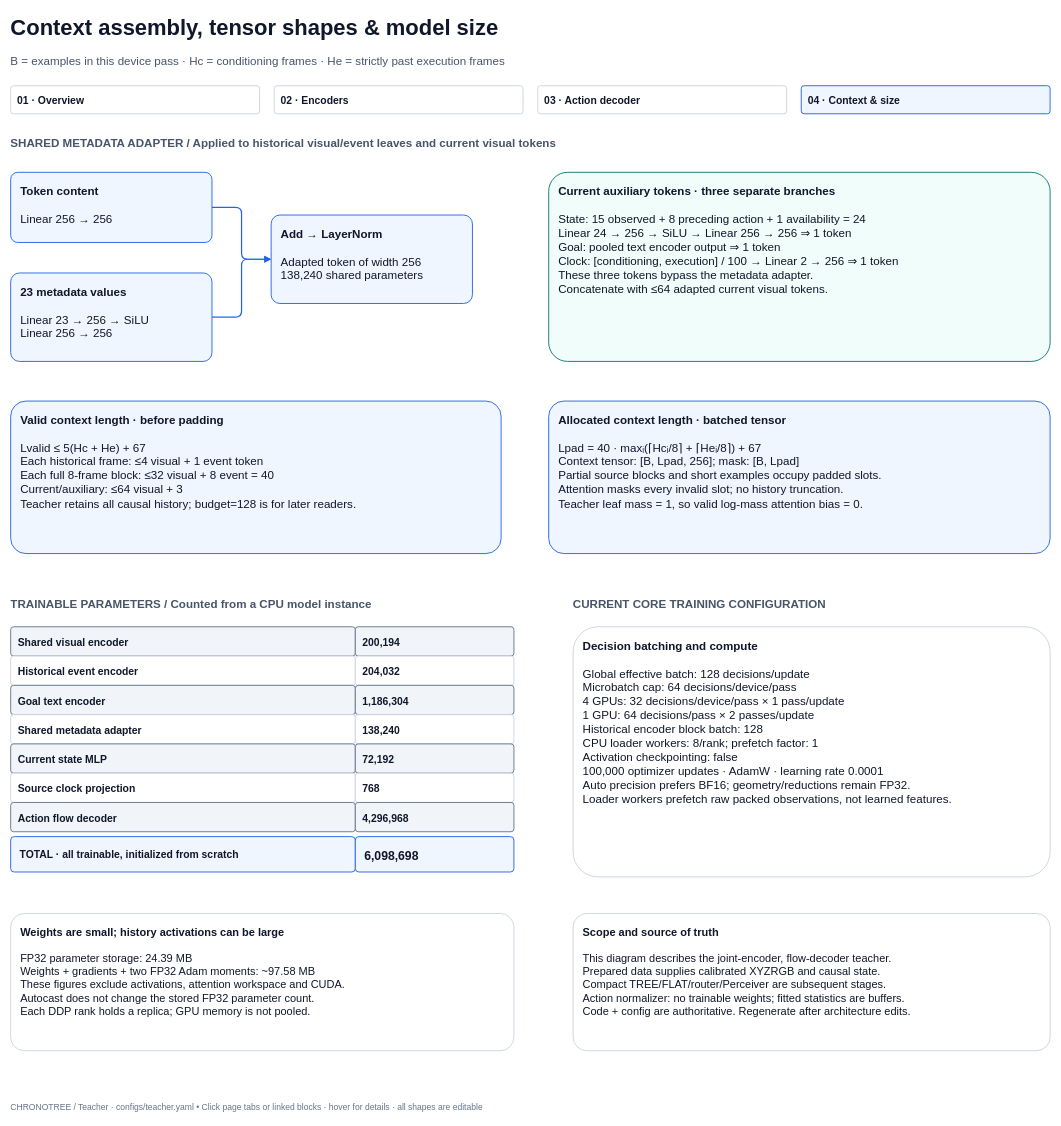
Earlier version of the draw.io diagram page "04 · Context & size" (4 of 4) of docs/diagrams/teacher_architecture.drawio (Ricvalp/chronotree). Source tidied: cells renumbered, new cells numbered last; positions are measured from the earlier drawing's top-left corner, leaving out a move shared by most shapes. Both pictures are drawn from the tidied source at 61%, with x=0, y=0 at pixel (10, 10).
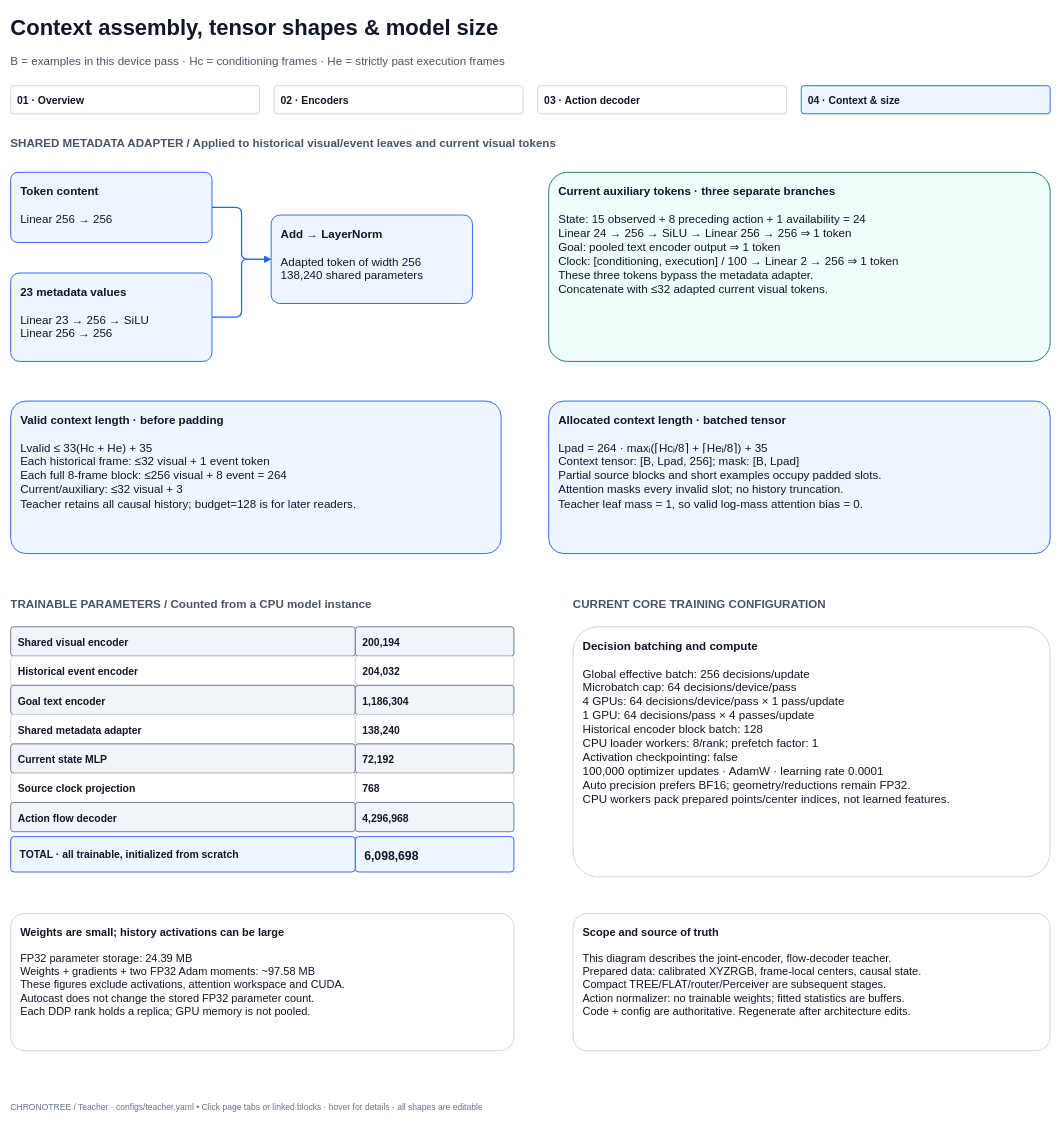
The same diagram, later.

Change to the diagram source:
```diff
@@
-    <mxCell id="14" value="&lt;b&gt;Current auxiliary tokens · three separate branches&lt;/b&gt;&lt;br&gt;&lt;br&gt;State: 15 observed + 8 preceding action + 1 availability = 24&lt;br&gt;Linear 24 → 256 → SiLU → Linear 256 → 256  ⇒  1 token&lt;br&gt;Goal: pooled text encoder output  ⇒  1 token&lt;br&gt;Clock: [conditioning, execution] / 100 → Linear 2 → 256  ⇒  1 token&lt;br&gt;These three tokens bypass the metadata adapter.&lt;br&gt;Concatenate with ≤64 adapted current visual tokens." style="rounded=1;arcSize=10;whiteSpace=wrap;html=1;fillColor=#F0FDFA;strokeColor=#0F766E;strokeWidth=1.5;align=left;verticalAlign=top;spacing=16;fontFamily=Arial;fontSize=19;fontColor=#0F172A;shadow=0;" parent="1" vertex="1">
+    <mxCell id="14" value="&lt;b&gt;Current auxiliary tokens · three separate branches&lt;/b&gt;&lt;br&gt;&lt;br&gt;State: 15 observed + 8 preceding action + 1 availability = 24&lt;br&gt;Linear 24 → 256 → SiLU → Linear 256 → 256  ⇒  1 token&lt;br&gt;Goal: pooled text encoder output  ⇒  1 token&lt;br&gt;Clock: [conditioning, execution] / 100 → Linear 2 → 256  ⇒  1 token&lt;br&gt;These three tokens bypass the metadata adapter.&lt;br&gt;Concatenate with ≤32 adapted current visual tokens." style="rounded=1;arcSize=10;whiteSpace=wrap;html=1;fillColor=#F0FDFA;strokeColor=#0F766E;strokeWidth=1.5;align=left;verticalAlign=top;spacing=16;fontFamily=Arial;fontSize=19;fontColor=#0F172A;shadow=0;" parent="1" vertex="1">
       <mxGeometry x="882" y="265" width="822" height="310" as="geometry" />
     </mxCell>
@@
-    <mxCell id="17" value="&lt;b&gt;Valid context length · before padding&lt;/b&gt;&lt;br&gt;&lt;br&gt;Lvalid ≤ 5(Hc + He) + 67&lt;br&gt;Each historical frame: ≤4 visual + 1 event token&lt;br&gt;Each full 8-frame block: ≤32 visual + 8 event = 40&lt;br&gt;Current/auxiliary: ≤64 visual + 3&lt;br&gt;Teacher retains all causal history; budget=128 is for later readers." style="rounded=1;arcSize=10;whiteSpace=wrap;html=1;fillColor=#EFF6FF;strokeColor=#2563EB;strokeWidth=1.5;align=left;verticalAlign=top;spacing=16;fontFamily=Arial;fontSize=19;fontColor=#0F172A;shadow=0;" parent="1" vertex="1">
+    <mxCell id="17" value="&lt;b&gt;Valid context length · before padding&lt;/b&gt;&lt;br&gt;&lt;br&gt;Lvalid ≤ 33(Hc + He) + 35&lt;br&gt;Each historical frame: ≤32 visual + 1 event token&lt;br&gt;Each full 8-frame block: ≤256 visual + 8 event = 264&lt;br&gt;Current/auxiliary: ≤32 visual + 3&lt;br&gt;Teacher retains all causal history; budget=128 is for later readers." style="rounded=1;arcSize=10;whiteSpace=wrap;html=1;fillColor=#EFF6FF;strokeColor=#2563EB;strokeWidth=1.5;align=left;verticalAlign=top;spacing=16;fontFamily=Arial;fontSize=19;fontColor=#0F172A;shadow=0;" parent="1" vertex="1">
       <mxGeometry y="640" width="804" height="250" as="geometry" />
     </mxCell>
-    <mxCell id="18" value="&lt;b&gt;Allocated context length · batched tensor&lt;/b&gt;&lt;br&gt;&lt;br&gt;Lpad = 40 · maxᵢ(⌈Hcᵢ/8⌉ + ⌈Heᵢ/8⌉) + 67&lt;br&gt;Context tensor: [B, Lpad, 256]; mask: [B, Lpad]&lt;br&gt;Partial source blocks and short examples occupy padded slots.&lt;br&gt;Attention masks every invalid slot; no history truncation.&lt;br&gt;Teacher leaf mass = 1, so valid log-mass attention bias = 0." style="rounded=1;arcSize=10;whiteSpace=wrap;html=1;fillColor=#EFF6FF;strokeColor=#2563EB;strokeWidth=1.5;align=left;verticalAlign=top;spacing=16;fontFamily=Arial;fontSize=19;fontColor=#0F172A;shadow=0;" parent="1" vertex="1">
+    <mxCell id="18" value="&lt;b&gt;Allocated context length · batched tensor&lt;/b&gt;&lt;br&gt;&lt;br&gt;Lpad = 264 · maxᵢ(⌈Hcᵢ/8⌉ + ⌈Heᵢ/8⌉) + 35&lt;br&gt;Context tensor: [B, Lpad, 256]; mask: [B, Lpad]&lt;br&gt;Partial source blocks and short examples occupy padded slots.&lt;br&gt;Attention masks every invalid slot; no history truncation.&lt;br&gt;Teacher leaf mass = 1, so valid log-mass attention bias = 0." style="rounded=1;arcSize=10;whiteSpace=wrap;html=1;fillColor=#EFF6FF;strokeColor=#2563EB;strokeWidth=1.5;align=left;verticalAlign=top;spacing=16;fontFamily=Arial;fontSize=19;fontColor=#0F172A;shadow=0;" parent="1" vertex="1">
       <mxGeometry x="882" y="640" width="822" height="250" as="geometry" />
     </mxCell>
@@
-    <mxCell id="37" value="&lt;b&gt;Decision batching and compute&lt;/b&gt;&lt;br&gt;&lt;br&gt;Global effective batch: 128 decisions/update&lt;br&gt;Microbatch cap: 64 decisions/device/pass&lt;br&gt;4 GPUs: 32 decisions/device/pass × 1 pass/update&lt;br&gt;1 GPU: 64 decisions/pass × 2 passes/update&lt;br&gt;Historical encoder block batch: 128&lt;br&gt;CPU loader workers: 8/rank; prefetch factor: 1&lt;br&gt;Activation checkpointing: false&lt;br&gt;100,000 optimizer updates · AdamW · learning rate 0.0001&lt;br&gt;Auto precision prefers BF16; geometry/reductions remain FP32.&lt;br&gt;Loader workers prefetch raw packed observations, not learned features." style="rounded=1;arcSize=10;whiteSpace=wrap;html=1;fillColor=#FFFFFF;strokeColor=#CBD5E1;strokeWidth=1.5;align=left;verticalAlign=top;spacing=16;fontFamily=Arial;fontSize=19;fontColor=#0F172A;shadow=0;" parent="2" vertex="1">
+    <mxCell id="37" value="&lt;b&gt;Decision batching and compute&lt;/b&gt;&lt;br&gt;&lt;br&gt;Global effective batch: 256 decisions/update&lt;br&gt;Microbatch cap: 64 decisions/device/pass&lt;br&gt;4 GPUs: 64 decisions/device/pass × 1 pass/update&lt;br&gt;1 GPU: 64 decisions/pass × 4 passes/update&lt;br&gt;Historical encoder block batch: 128&lt;br&gt;CPU loader workers: 8/rank; prefetch factor: 1&lt;br&gt;Activation checkpointing: false&lt;br&gt;100,000 optimizer updates · AdamW · learning rate 0.0001&lt;br&gt;Auto precision prefers BF16; geometry/reductions remain FP32.&lt;br&gt;CPU workers pack prepared points/center indices, not learned features." style="rounded=1;arcSize=10;whiteSpace=wrap;html=1;fillColor=#FFFFFF;strokeColor=#CBD5E1;strokeWidth=1.5;align=left;verticalAlign=top;spacing=16;fontFamily=Arial;fontSize=19;fontColor=#0F172A;shadow=0;" parent="2" vertex="1">
       <mxGeometry x="922" y="1010" width="782" height="410" as="geometry" />
     </mxCell>
@@
-    <mxCell id="39" value="&lt;b&gt;Scope and source of truth&lt;/b&gt;&lt;br&gt;&lt;br&gt;This diagram describes the joint-encoder, flow-decoder teacher.&lt;br&gt;Prepared data supplies calibrated XYZRGB and causal state.&lt;br&gt;Compact TREE/FLAT/router/Perceiver are subsequent stages.&lt;br&gt;Action normalizer: no trainable weights; fitted statistics are buffers.&lt;br&gt;Code + config are authoritative. Regenerate after architecture edits." style="rounded=1;arcSize=10;whiteSpace=wrap;html=1;fillColor=#FFFFFF;strokeColor=#CBD5E1;strokeWidth=1.5;align=left;verticalAlign=top;spacing=16;fontFamily=Arial;fontSize=18;fontColor=#0F172A;shadow=0;" parent="2" vertex="1">
+    <mxCell id="39" value="&lt;b&gt;Scope and source of truth&lt;/b&gt;&lt;br&gt;&lt;br&gt;This diagram describes the joint-encoder, flow-decoder teacher.&lt;br&gt;Prepared data: calibrated XYZRGB, frame-local centers, causal state.&lt;br&gt;Compact TREE/FLAT/router/Perceiver are subsequent stages.&lt;br&gt;Action normalizer: no trainable weights; fitted statistics are buffers.&lt;br&gt;Code + config are authoritative. Regenerate after architecture edits." style="rounded=1;arcSize=10;whiteSpace=wrap;html=1;fillColor=#FFFFFF;strokeColor=#CBD5E1;strokeWidth=1.5;align=left;verticalAlign=top;spacing=16;fontFamily=Arial;fontSize=18;fontColor=#0F172A;shadow=0;" parent="2" vertex="1">
       <mxGeometry x="922" y="1480" width="782" height="225" as="geometry" />
     </mxCell>
```
